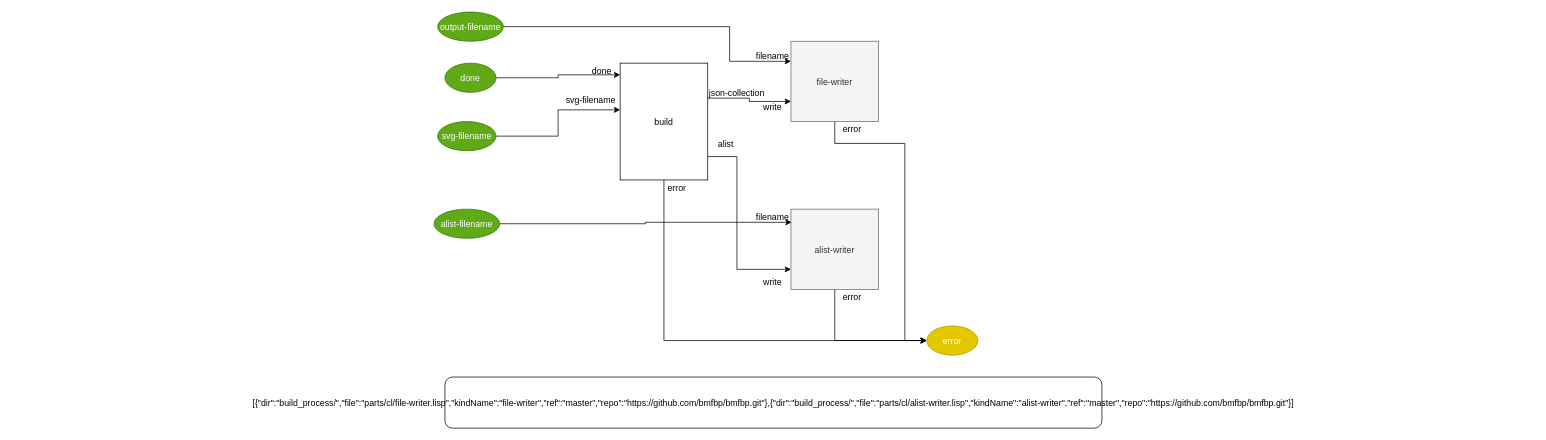
bmfbp/bmfbp keeps this draw.io diagram as page "build-json" (2 of 5) of build_process/parts/diagram/build.drawio. Above is the earlier version. Source tidied: cells renumbered, new cells numbered last; positions are measured from the earlier drawing's top-left corner, leaving out a move shared by most shapes. Both pictures are drawn from the tidied source at 73%, with x=0, y=0 at pixel (434, 12).
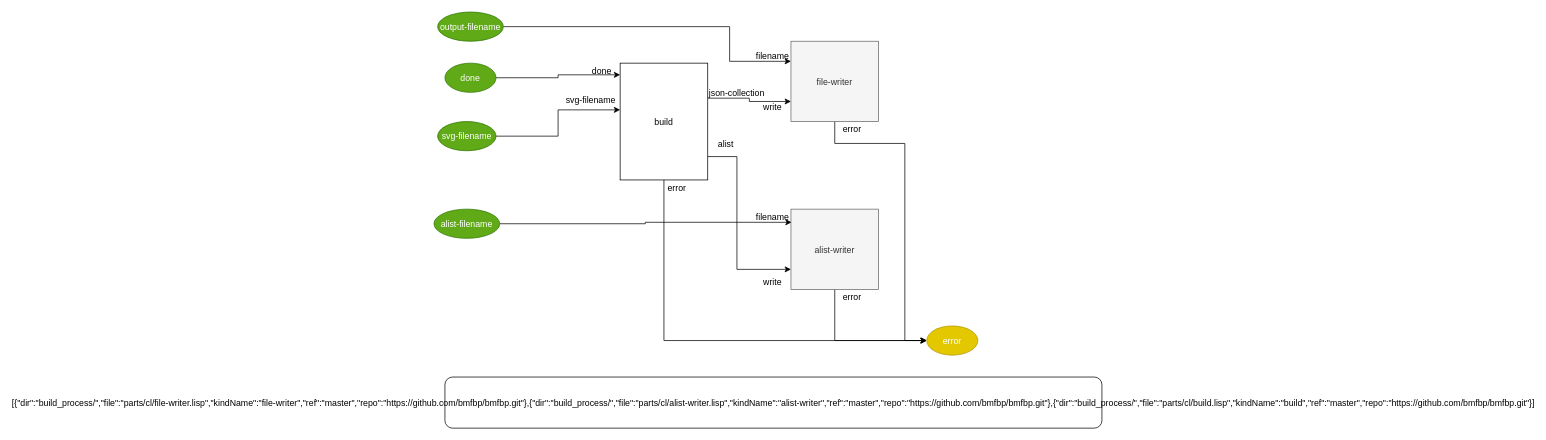
Above is the later version.

The edit, as a diff of the source:
```diff
@@
-    <mxCell id="30" value="[{&quot;dir&quot;:&quot;build_process/&quot;,&quot;file&quot;:&quot;parts/cl/file-writer.lisp&quot;,&quot;kindName&quot;:&quot;file-writer&quot;,&quot;ref&quot;:&quot;master&quot;,&quot;repo&quot;:&quot;https://github.com/bmfbp/bmfbp.git&quot;},{&quot;dir&quot;:&quot;build_process/&quot;,&quot;file&quot;:&quot;parts/cl/alist-writer.lisp&quot;,&quot;kindName&quot;:&quot;alist-writer&quot;,&quot;ref&quot;:&quot;master&quot;,&quot;repo&quot;:&quot;https://github.com/bmfbp/bmfbp.git&quot;}]" style="rounded=1;" parent="1" vertex="1">
+    <mxCell id="30" value="[{&quot;dir&quot;:&quot;build_process/&quot;,&quot;file&quot;:&quot;parts/cl/file-writer.lisp&quot;,&quot;kindName&quot;:&quot;file-writer&quot;,&quot;ref&quot;:&quot;master&quot;,&quot;repo&quot;:&quot;https://github.com/bmfbp/bmfbp.git&quot;},{&quot;dir&quot;:&quot;build_process/&quot;,&quot;file&quot;:&quot;parts/cl/alist-writer.lisp&quot;,&quot;kindName&quot;:&quot;alist-writer&quot;,&quot;ref&quot;:&quot;master&quot;,&quot;repo&quot;:&quot;https://github.com/bmfbp/bmfbp.git&quot;},{&quot;dir&quot;:&quot;build_process/&quot;,&quot;file&quot;:&quot;parts/cl/build.lisp&quot;,&quot;kindName&quot;:&quot;build&quot;,&quot;ref&quot;:&quot;master&quot;,&quot;repo&quot;:&quot;https://github.com/bmfbp/bmfbp.git&quot;}]" style="rounded=1;" parent="1" vertex="1">
       <mxGeometry x="15" y="500" width="900" height="70" as="geometry" />
     </mxCell>
```
